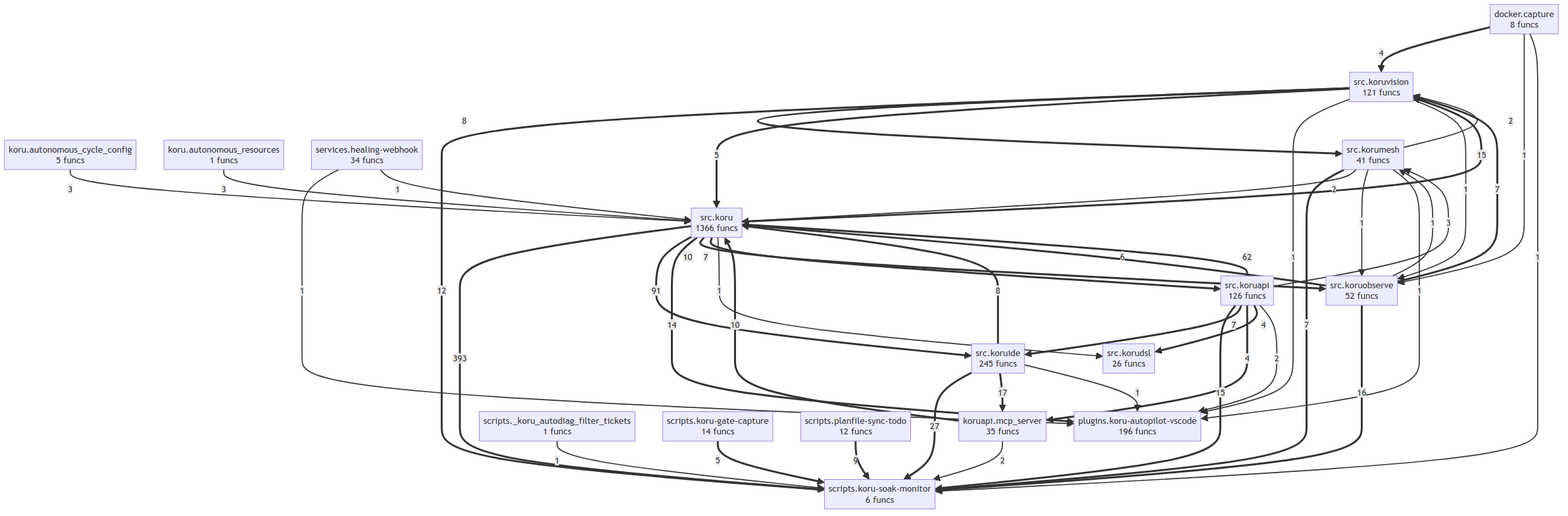
Above: project/compact_flow.png in semcod/koru (Mermaid), before the change. Its source is kept beside it as project/compact_flow.mmd.
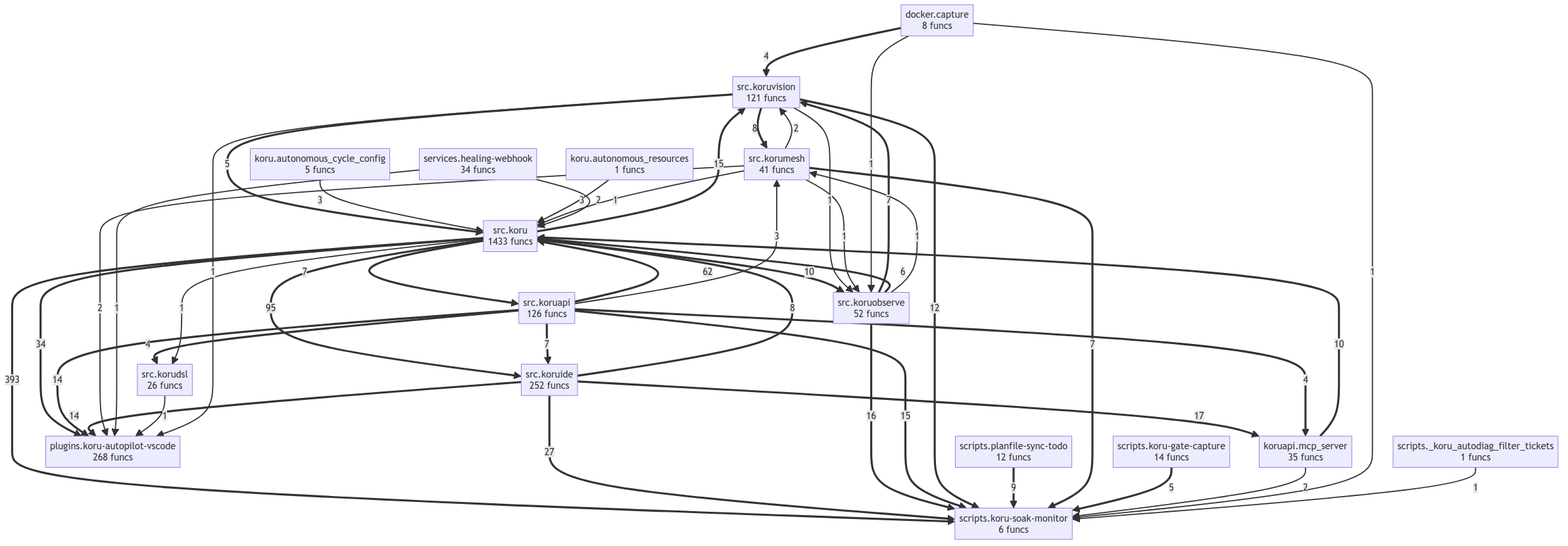
Later version of the same file.

The edit, as a diff of the source:
```diff
@@ -3,28 +3,30 @@
     koru__autonomous_cycle_config["koru.autonomous_cycle_config<br/>5 funcs"]
     koru__autonomous_resources["koru.autonomous_resources<br/>1 funcs"]
     koruapi__mcp_server["koruapi.mcp_server<br/>35 funcs"]
-    plugins__koru_autopilot_vscode["plugins.koru-autopilot-vscode<br/>196 funcs"]
+    plugins__koru_autopilot_vscode["plugins.koru-autopilot-vscode<br/>268 funcs"]
     scripts___koru_autodiag_filter_tickets["scripts._koru_autodiag_filter_tickets<br/>1 funcs"]
     scripts__koru_gate_capture["scripts.koru-gate-capture<br/>14 funcs"]
     scripts__koru_soak_monitor["scripts.koru-soak-monitor<br/>6 funcs"]
     scripts__planfile_sync_todo["scripts.planfile-sync-todo<br/>12 funcs"]
     services__healing_webhook["services.healing-webhook<br/>34 funcs"]
-    src__koru["src.koru<br/>1366 funcs"]
+    src__koru["src.koru<br/>1433 funcs"]
     src__koruapi["src.koruapi<br/>126 funcs"]
     src__korudsl["src.korudsl<br/>26 funcs"]
-    src__koruide["src.koruide<br/>245 funcs"]
+    src__koruide["src.koruide<br/>252 funcs"]
     src__korumesh["src.korumesh<br/>41 funcs"]
     src__koruobserve["src.koruobserve<br/>52 funcs"]
     src__koruvision["src.koruvision<br/>121 funcs"]
     src__koru ==>|393| scripts__koru_soak_monitor
-    src__koru ==>|91| src__koruide
+    src__koru ==>|95| src__koruide
     src__koruapi ==>|62| src__koru
+    src__koru ==>|34| plugins__koru_autopilot_vscode
     src__koruide ==>|27| scripts__koru_soak_monitor
     src__koruide ==>|17| koruapi__mcp_server
     src__koruobserve ==>|16| scripts__koru_soak_monitor
     src__koruapi ==>|15| scripts__koru_soak_monitor
     src__koru ==>|15| src__koruvision
-    src__koru ==>|14| plugins__koru_autopilot_vscode
+    src__koruapi ==>|14| plugins__koru_autopilot_vscode
+    src__koruide ==>|14| plugins__koru_autopilot_vscode
     src__koruvision ==>|12| scripts__koru_soak_monitor
     koruapi__mcp_server ==>|10| src__koru
     src__koru ==>|10| src__koruobserve
@@ -44,18 +46,17 @@
     src__koruapi -->|3| src__korumesh
     koru__autonomous_cycle_config -->|3| src__koru
     koru__autonomous_resources -->|3| src__koru
-    src__koruapi -->|2| plugins__koru_autopilot_vscode
     koruapi__mcp_server -->|2| scripts__koru_soak_monitor
     src__korumesh -->|2| src__koru
     src__korumesh -->|2| src__koruvision
+    src__korumesh -->|2| plugins__koru_autopilot_vscode
     services__healing_webhook -->|1| plugins__koru_autopilot_vscode
     services__healing_webhook -->|1| src__koru
     src__koruobserve -->|1| src__korumesh
+    src__korudsl -->|1| plugins__koru_autopilot_vscode
     src__koruvision -->|1| plugins__koru_autopilot_vscode
     src__koruvision -->|1| src__koruobserve
     src__korumesh -->|1| src__koruobserve
-    src__korumesh -->|1| plugins__koru_autopilot_vscode
-    src__koruide -->|1| plugins__koru_autopilot_vscode
     src__koru -->|1| src__korudsl
     docker__capture -->|1| src__koruobserve
     docker__capture -->|1| scripts__koru_soak_monitor
```
